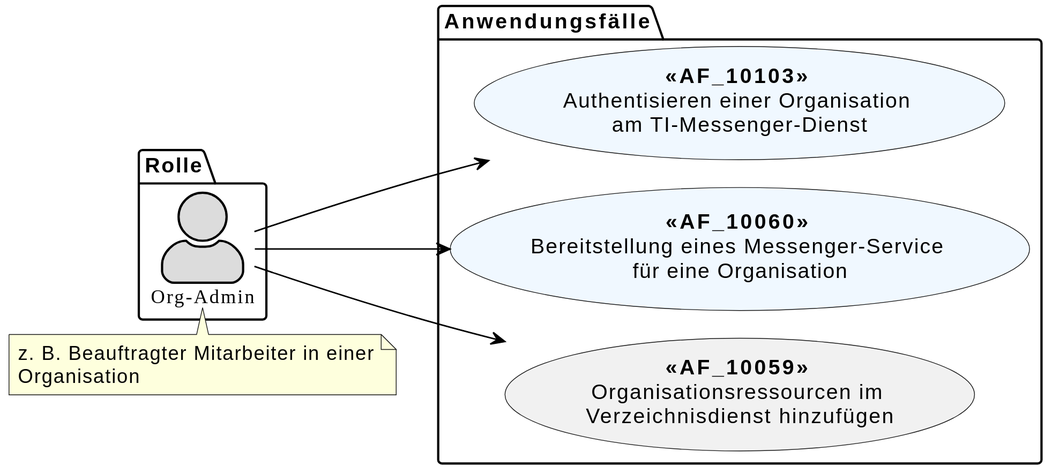
The PlantUML diagram images/diagrams/TI-Messenger-Dienst/Ressourcen/UC_org_admin.svg in gematik/api-ti-messenger, before a commit.
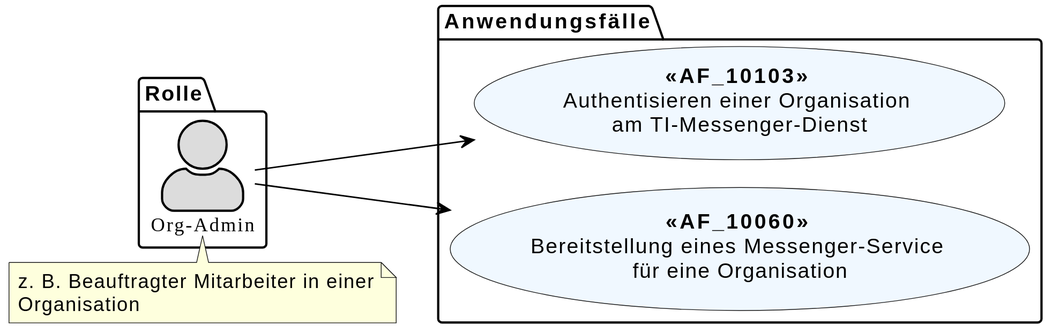
The same diagram one commit later.

Commit message:
Commit from GitHub Actions (GeneratePlantumlImages)

What changed in the source:
```diff
@@ -33,12 +33,10 @@
 package Anwendungsfälle {
   usecase "**<<AF_10103>>** \nAuthentisieren einer Organisation \nam TI-Messenger-Dienst" as UC1 #AliceBlue
   usecase "**<<AF_10060>>** \nBereitstellung eines Messenger-Service \nfür eine Organisation" as UC2 #AliceBlue
-  usecase "**<<AF_10059>>** \nOrganisationsressourcen im \nVerzeichnisdienst hinzufügen" as UC3
 }
 
 oa --> UC1
 oa --> UC2
-oa --> UC3
 
 note top of (oa)
   z. B. Beauftragter Mitarbeiter in einer
```
